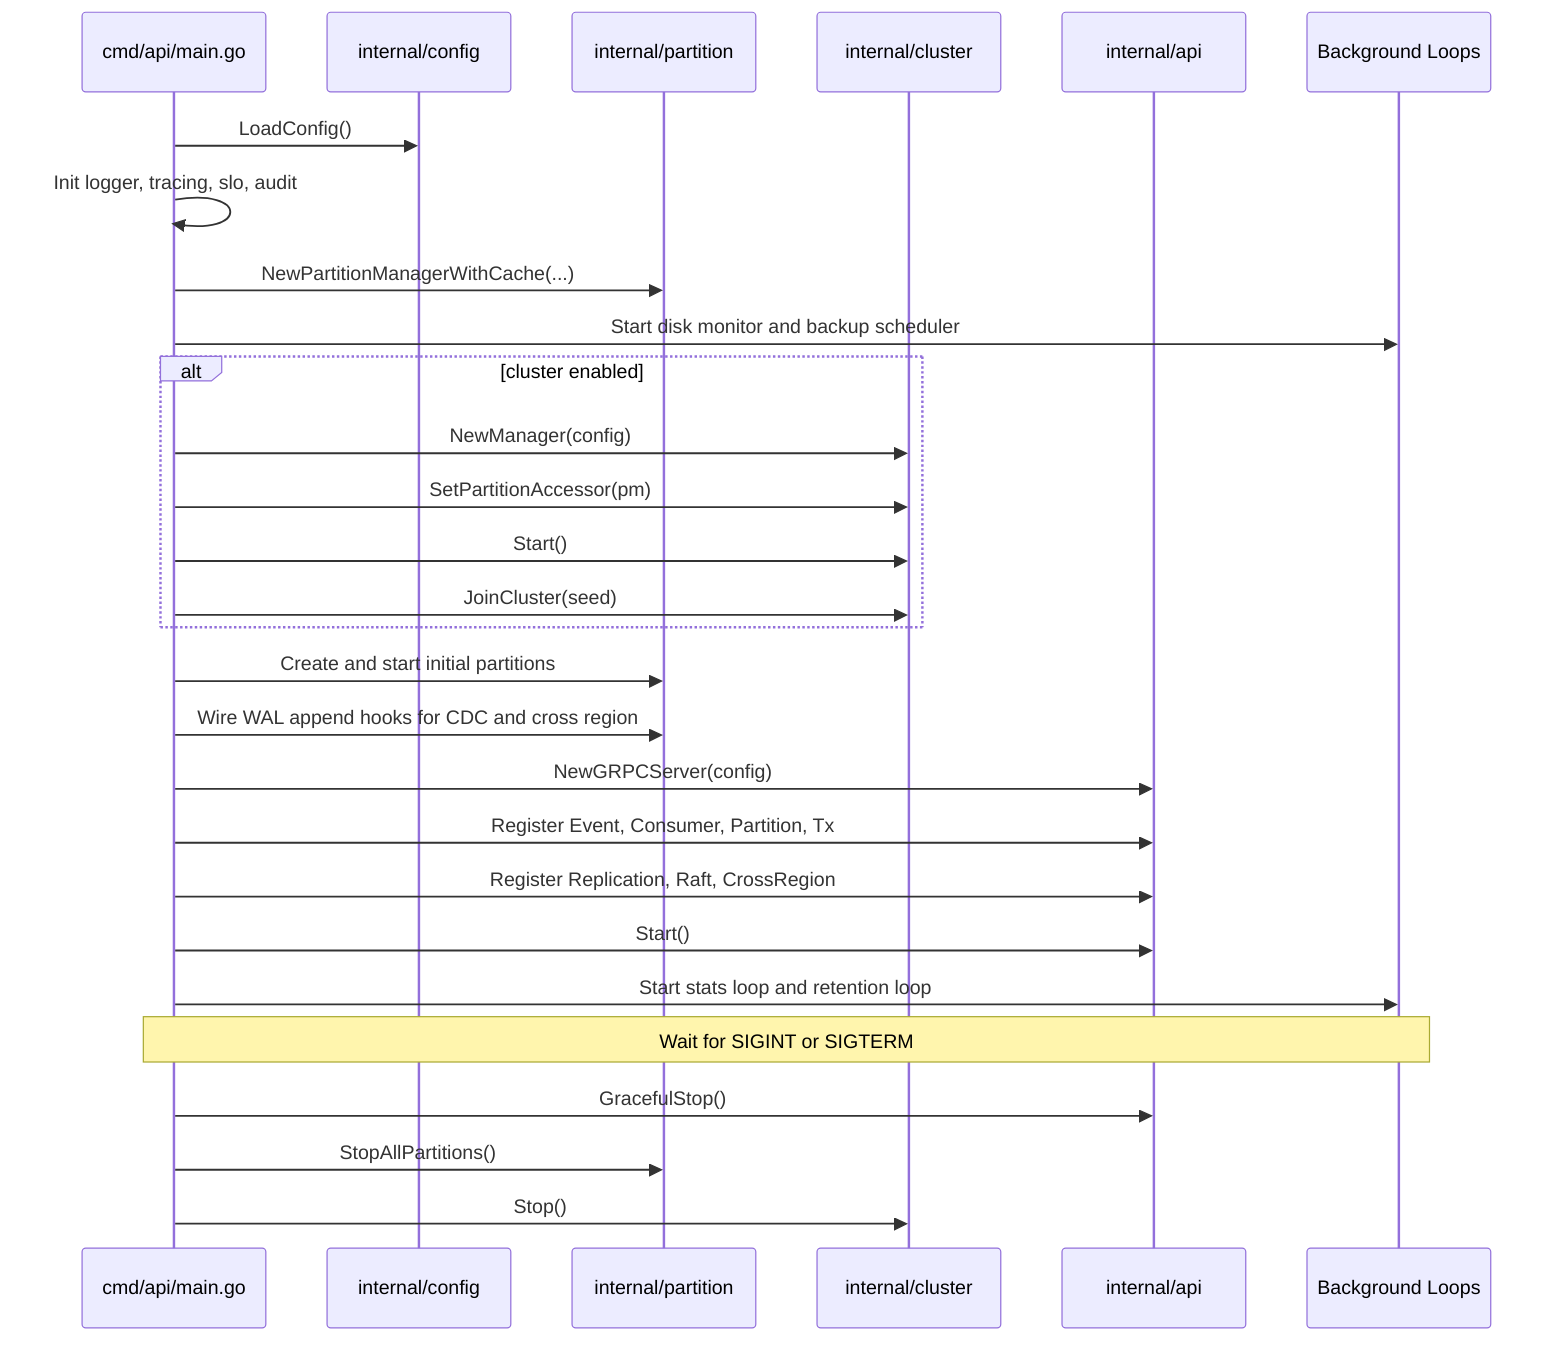
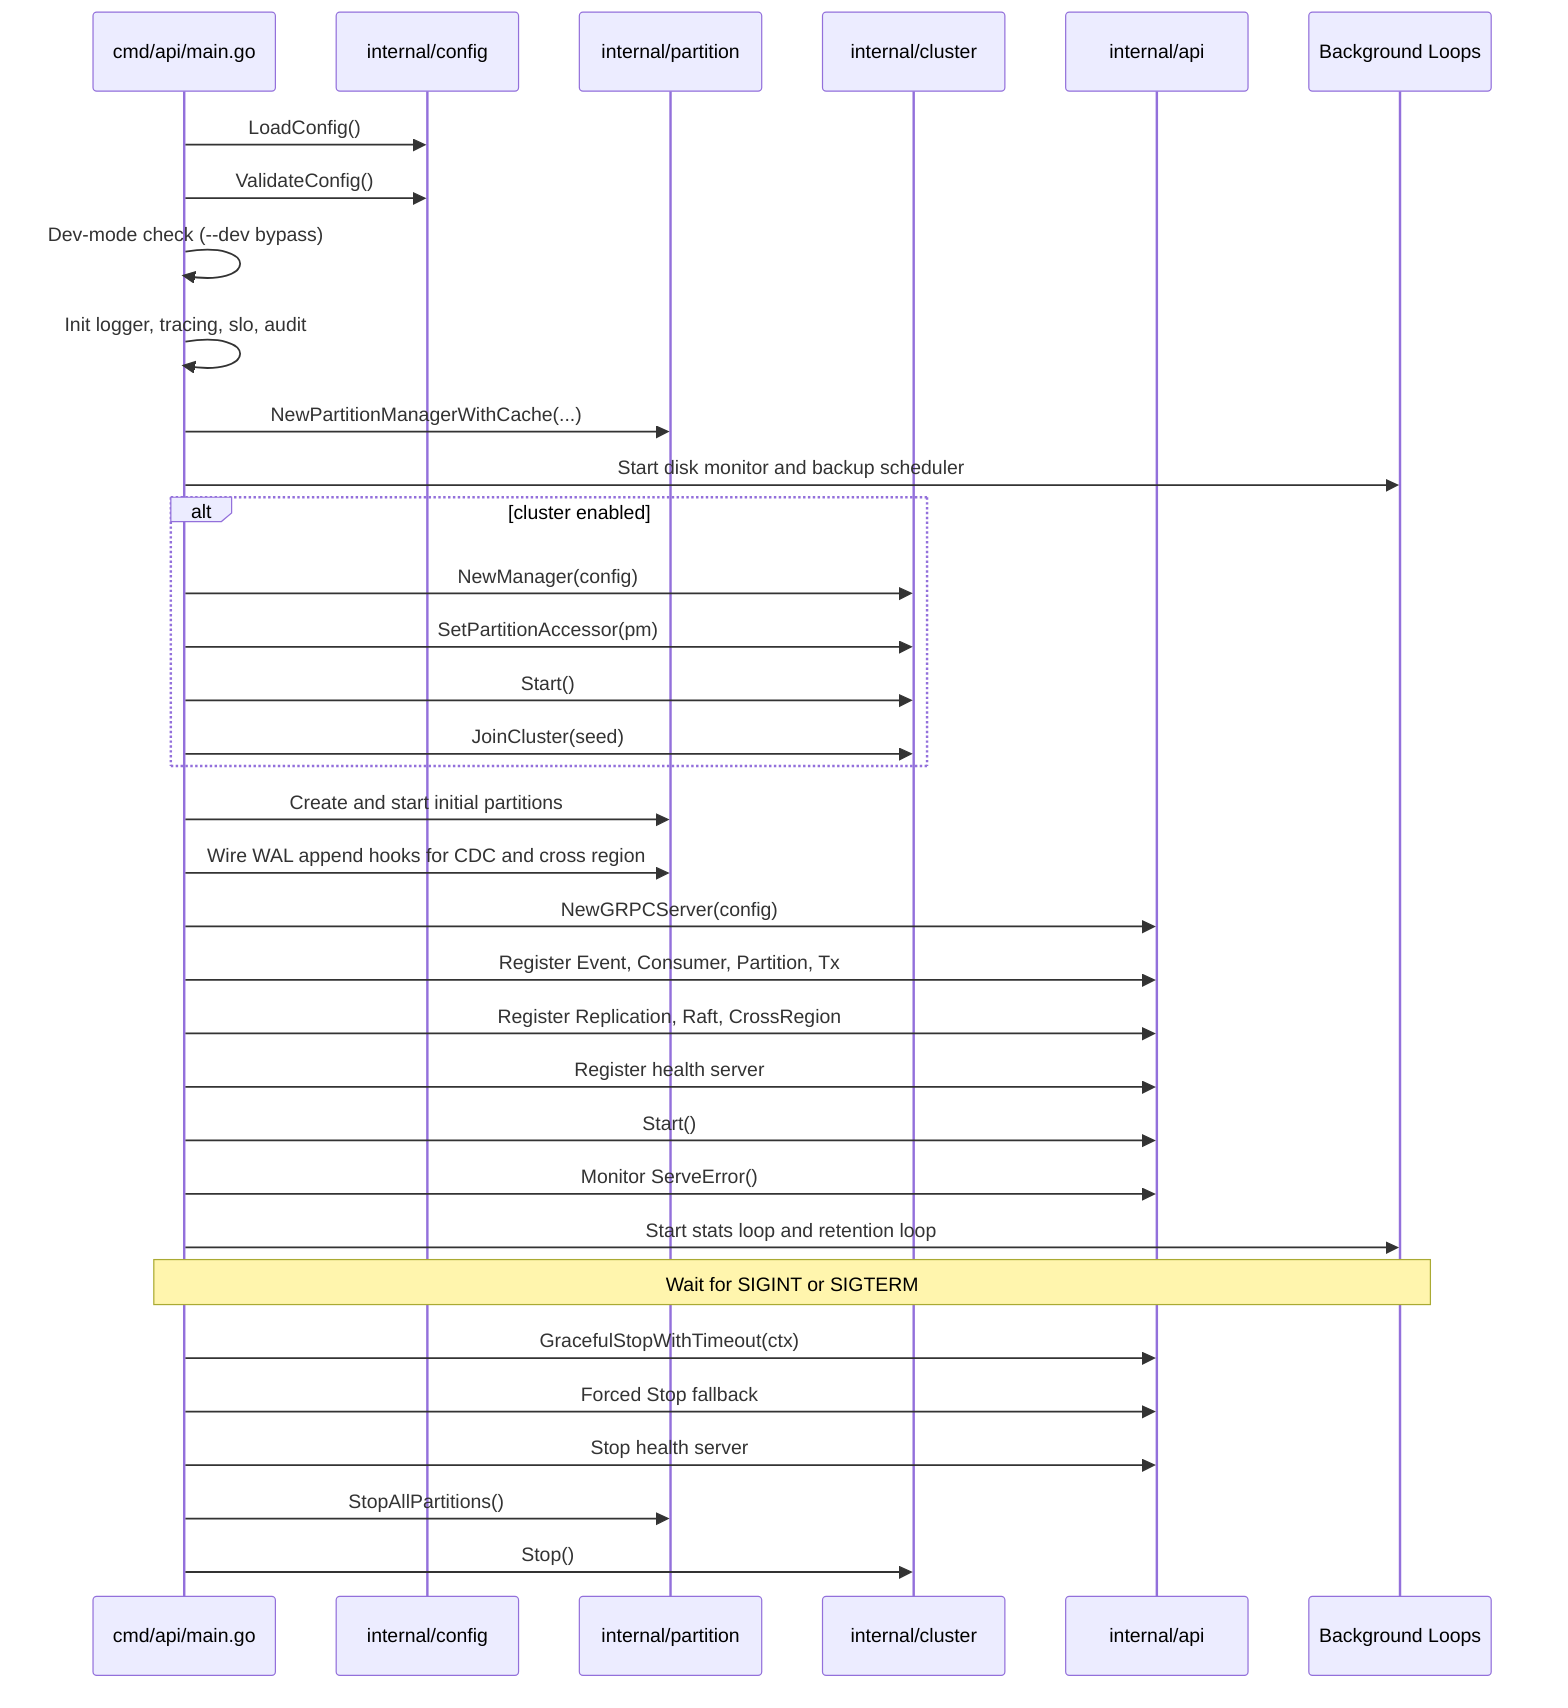
sequenceDiagram
    participant Main as cmd/api/main.go
    participant Config as internal/config
    participant PM as internal/partition
    participant Cluster as internal/cluster
    participant API as internal/api
    participant BG as Background Loops

    Main->>Config: LoadConfig()
+     Main->>Config: ValidateConfig()
+     Main->>Main: Dev-mode check (--dev bypass)
    Main->>Main: Init logger, tracing, slo, audit
    Main->>PM: NewPartitionManagerWithCache(...)
    Main->>BG: Start disk monitor and backup scheduler
    alt cluster enabled
        Main->>Cluster: NewManager(config)
        Main->>Cluster: SetPartitionAccessor(pm)
        Main->>Cluster: Start()
        Main->>Cluster: JoinCluster(seed)
    end
    Main->>PM: Create and start initial partitions
    Main->>PM: Wire WAL append hooks for CDC and cross region
    Main->>API: NewGRPCServer(config)
    Main->>API: Register Event, Consumer, Partition, Tx
    Main->>API: Register Replication, Raft, CrossRegion
+     Main->>API: Register health server
    Main->>API: Start()
+     Main->>API: Monitor ServeError()
    Main->>BG: Start stats loop and retention loop
    Note over Main,BG: Wait for SIGINT or SIGTERM
-     Main->>API: GracefulStop()
+     Main->>API: GracefulStopWithTimeout(ctx)
+     Main->>API: Forced Stop fallback
+     Main->>API: Stop health server
    Main->>PM: StopAllPartitions()
    Main->>Cluster: Stop()